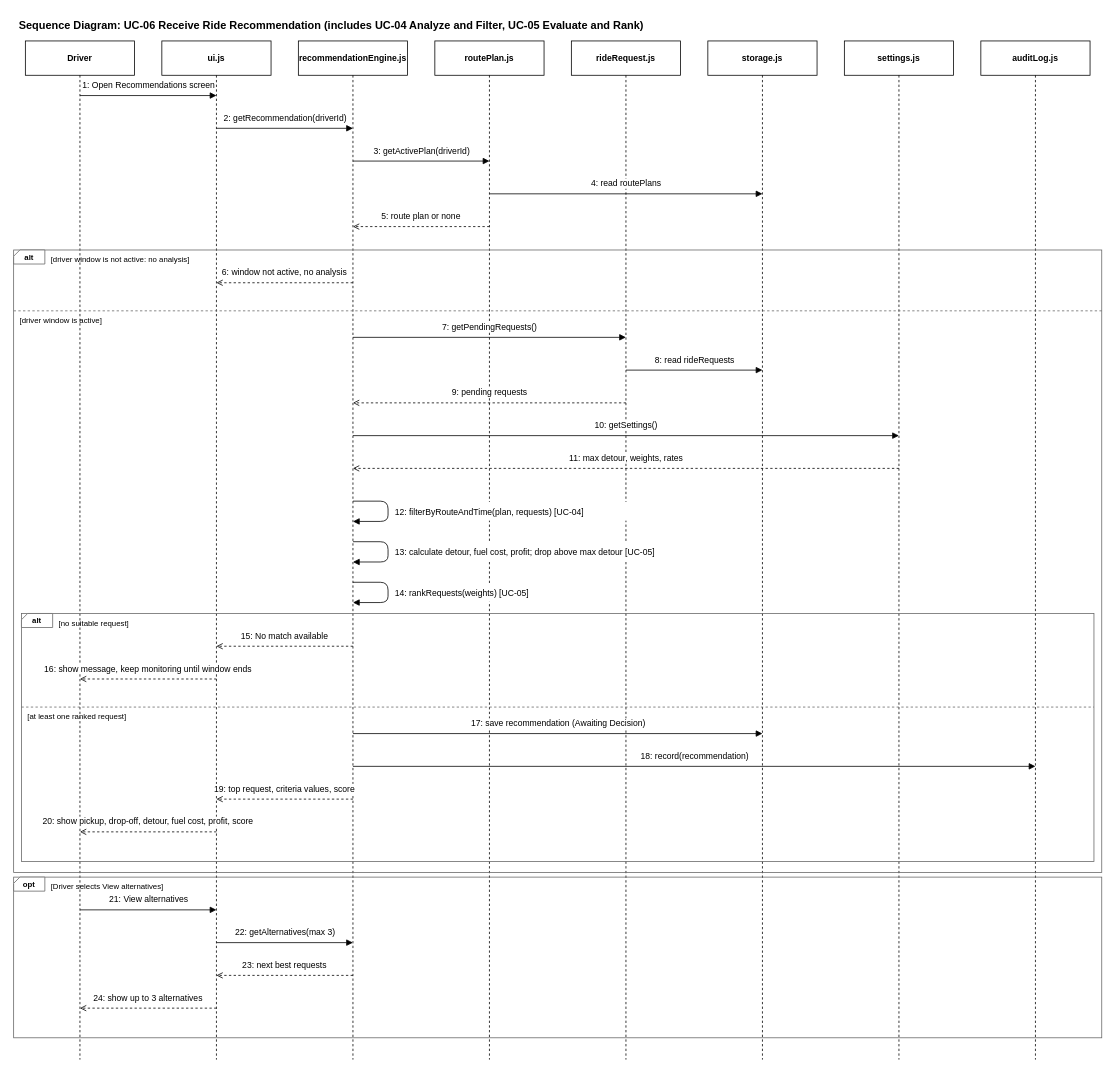
yahya-masood/ride-recommendation-system keeps this draw.io diagram as docs/Sequence_UC06_Receive_Recommendation.drawio. Above is the earlier version. Source tidied: cells renumbered, new cells numbered last; positions are measured from the earlier drawing's top-left corner, leaving out a move shared by most shapes. Both pictures are drawn from the tidied source at 78%, with x=0, y=0 at pixel (13, 13).
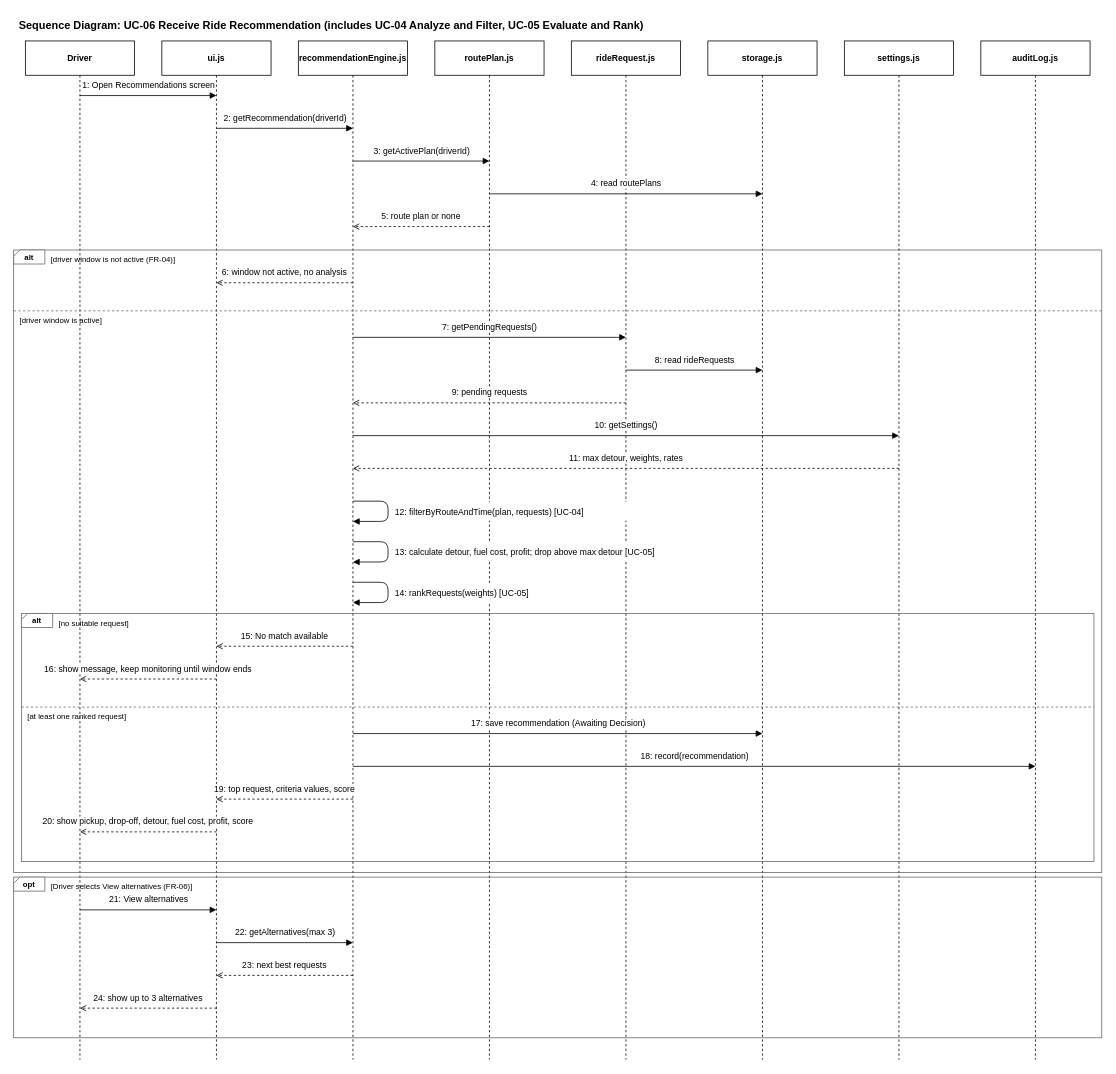
The same page after the edit.

What changed in the source:
```diff
@@
-    <mxCell id="26" value="[driver window is not active: no analysis]" style="text;html=1;strokeColor=none;fillColor=none;align=left;fontSize=10;" parent="1" vertex="1">
+    <mxCell id="26" value="[driver window is not active (FR-04)]" style="text;html=1;strokeColor=none;fillColor=none;align=left;fontSize=10;" parent="1" vertex="1">
       <mxGeometry x="46" y="303" width="330" height="18" as="geometry" />
     </mxCell>
@@
-    <mxCell id="31" value="[Driver selects View alternatives]" style="text;html=1;strokeColor=none;fillColor=none;align=left;fontSize=10;" parent="1" vertex="1">
+    <mxCell id="31" value="[Driver selects View alternatives (FR-06)]" style="text;html=1;strokeColor=none;fillColor=none;align=left;fontSize=10;" parent="1" vertex="1">
       <mxGeometry x="46" y="1107" width="330" height="18" as="geometry" />
     </mxCell>
```
